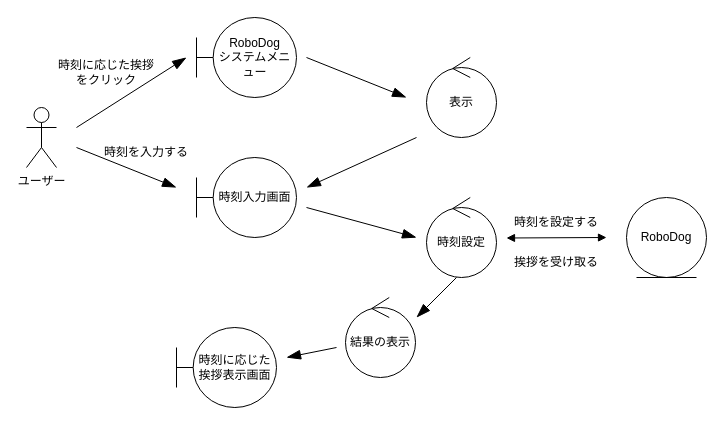
Earlier version of the draw.io diagram 06_robo_dog_3_4/aisatu.drawio (koukii0320/ohara_uml). Source tidied: cells renumbered, new cells numbered last; positions are measured from the earlier drawing's top-left corner, leaving out a move shared by most shapes. Both pictures are drawn from the tidied source at 100%, with x=0, y=0 at pixel (26, 17).
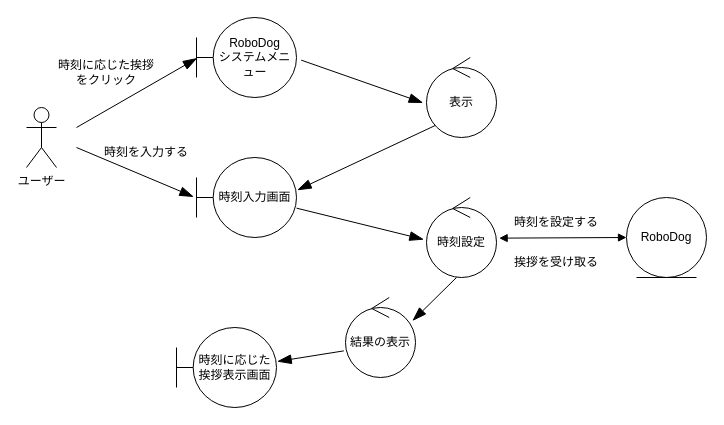
Above is the later version.

Unchanged cells that the change refers to:
```xml
<mxCell id="3" value="RoboDog&lt;div&gt;システムメニュー&lt;/div&gt;" style="shape=umlBoundary;whiteSpace=wrap;html=1;" parent="1" vertex="1">
  <mxGeometry x="170" width="100" height="80" as="geometry" />
</mxCell>
<mxCell id="6" value="表示" style="ellipse;shape=umlControl;whiteSpace=wrap;html=1;" parent="1" vertex="1">
  <mxGeometry x="400" y="40" width="70" height="80" as="geometry" />
</mxCell>
<mxCell id="8" value="時刻入力画面" style="shape=umlBoundary;whiteSpace=wrap;html=1;" parent="1" vertex="1">
  <mxGeometry x="170" y="140" width="100" height="80" as="geometry" />
</mxCell>
<mxCell id="13" value="時刻設定" style="ellipse;shape=umlControl;whiteSpace=wrap;html=1;" parent="1" vertex="1">
  <mxGeometry x="400" y="180" width="70" height="80" as="geometry" />
</mxCell>
<mxCell id="14" value="時刻に応じた挨拶表示画面" style="shape=umlBoundary;whiteSpace=wrap;html=1;" parent="1" vertex="1">
  <mxGeometry x="150" y="310" width="100" height="80" as="geometry" />
</mxCell>
<mxCell id="16" value="結果の表示" style="ellipse;shape=umlControl;whiteSpace=wrap;html=1;" parent="1" vertex="1">
  <mxGeometry x="319" y="280" width="70" height="80" as="geometry" />
</mxCell>
<mxCell id="18" value="RoboDog" style="ellipse;shape=umlEntity;whiteSpace=wrap;html=1;" parent="1" vertex="1">
  <mxGeometry x="600" y="180" width="80" height="80" as="geometry" />
</mxCell>
```

What changed in the source:
```diff
@@
-    <mxCell id="4" style="endArrow=blockThin;endFill=1;endSize=12;html=1;rounded=0;" parent="1" edge="1">
+    <mxCell id="4" style="endArrow=blockThin;endFill=1;endSize=12;html=1;rounded=0;entryX=0.007;entryY=0.508;entryDx=0;entryDy=0;entryPerimeter=0;" parent="1" edge="1" target="3">
       <mxGeometry relative="1" as="geometry">
         <mxPoint x="50" y="110" as="sourcePoint" />
-        <mxPoint x="160" y="40" as="targetPoint" />
       </mxGeometry>
     </mxCell>
@@
-    <mxCell id="7" style="endArrow=blockThin;endFill=1;endSize=12;html=1;rounded=0;" parent="1" edge="1">
-      <mxGeometry relative="1" as="geometry">
-        <mxPoint x="280" y="40" as="sourcePoint" />
-        <mxPoint x="380" y="80" as="targetPoint" />
-      </mxGeometry>
+    <mxCell id="7" style="endArrow=blockThin;endFill=1;endSize=12;html=1;rounded=0;exitX=1.047;exitY=0.533;exitDx=0;exitDy=0;exitPerimeter=0;entryX=-0.048;entryY=0.567;entryDx=0;entryDy=0;entryPerimeter=0;" parent="1" edge="1" source="3" target="6">
+      <mxGeometry relative="1" as="geometry" />
     </mxCell>
@@
-    <mxCell id="9" style="endArrow=blockThin;endFill=1;endSize=12;html=1;rounded=0;" parent="1" edge="1">
-      <mxGeometry relative="1" as="geometry">
-        <mxPoint x="390" y="120" as="sourcePoint" />
-        <mxPoint x="280" y="170" as="targetPoint" />
-      </mxGeometry>
+    <mxCell id="9" style="endArrow=blockThin;endFill=1;endSize=12;html=1;rounded=0;exitX=0.124;exitY=0.85;exitDx=0;exitDy=0;exitPerimeter=0;entryX=1.007;entryY=0.408;entryDx=0;entryDy=0;entryPerimeter=0;" parent="1" edge="1" source="6" target="8">
+      <mxGeometry relative="1" as="geometry" />
     </mxCell>
-    <mxCell id="10" style="endArrow=blockThin;endFill=1;endSize=12;html=1;rounded=0;" parent="1" edge="1">
+    <mxCell id="10" style="endArrow=blockThin;endFill=1;endSize=12;html=1;rounded=0;entryX=-0.027;entryY=0.492;entryDx=0;entryDy=0;entryPerimeter=0;" parent="1" edge="1" target="8">
       <mxGeometry relative="1" as="geometry">
         <mxPoint x="50" y="130" as="sourcePoint" />
-        <mxPoint x="150" y="170" as="targetPoint" />
       </mxGeometry>
     </mxCell>
@@
-    <mxCell id="12" style="endArrow=blockThin;endFill=1;endSize=12;html=1;rounded=0;" parent="1" edge="1">
-      <mxGeometry relative="1" as="geometry">
-        <mxPoint x="280" y="190" as="sourcePoint" />
-        <mxPoint x="390" y="220" as="targetPoint" />
-      </mxGeometry>
+    <mxCell id="12" style="endArrow=blockThin;endFill=1;endSize=12;html=1;rounded=0;exitX=1;exitY=0.633;exitDx=0;exitDy=0;exitPerimeter=0;entryX=-0.038;entryY=0.525;entryDx=0;entryDy=0;entryPerimeter=0;" parent="1" edge="1" source="8" target="13">
+      <mxGeometry relative="1" as="geometry" />
     </mxCell>
@@
-    <mxCell id="15" style="endArrow=blockThin;endFill=1;endSize=12;html=1;rounded=0;" parent="1" edge="1">
+    <mxCell id="15" style="endArrow=blockThin;endFill=1;endSize=12;html=1;rounded=0;entryX=0.957;entryY=0.292;entryDx=0;entryDy=0;entryPerimeter=0;" parent="1" edge="1" target="16">
       <mxGeometry relative="1" as="geometry">
         <mxPoint x="430" y="260" as="sourcePoint" />
-        <mxPoint x="390" y="300" as="targetPoint" />
       </mxGeometry>
     </mxCell>
@@
-    <mxCell id="17" style="endArrow=blockThin;endFill=1;endSize=12;html=1;rounded=0;" parent="1" edge="1">
-      <mxGeometry relative="1" as="geometry">
-        <mxPoint x="310" y="330" as="sourcePoint" />
-        <mxPoint x="260" y="340" as="targetPoint" />
-      </mxGeometry>
+    <mxCell id="17" style="endArrow=blockThin;endFill=1;endSize=12;html=1;rounded=0;entryX=1.007;entryY=0.425;entryDx=0;entryDy=0;entryPerimeter=0;exitX=-0.024;exitY=0.667;exitDx=0;exitDy=0;exitPerimeter=0;" parent="1" edge="1" source="16" target="14">
+      <mxGeometry relative="1" as="geometry" />
     </mxCell>
@@
-    <mxCell id="19" style="endArrow=block;startArrow=block;endFill=1;startFill=1;html=1;rounded=0;" parent="1" edge="1">
-      <mxGeometry relative="1" as="geometry">
-        <mxPoint x="480" y="220.5" as="sourcePoint" />
-        <mxPoint x="580" y="220" as="targetPoint" />
-      </mxGeometry>
+    <mxCell id="19" style="endArrow=block;startArrow=block;endFill=1;startFill=1;html=1;rounded=0;entryX=0;entryY=0.5;entryDx=0;entryDy=0;exitX=1.038;exitY=0.508;exitDx=0;exitDy=0;exitPerimeter=0;" parent="1" edge="1" source="13" target="18">
+      <mxGeometry relative="1" as="geometry" />
     </mxCell>
```
